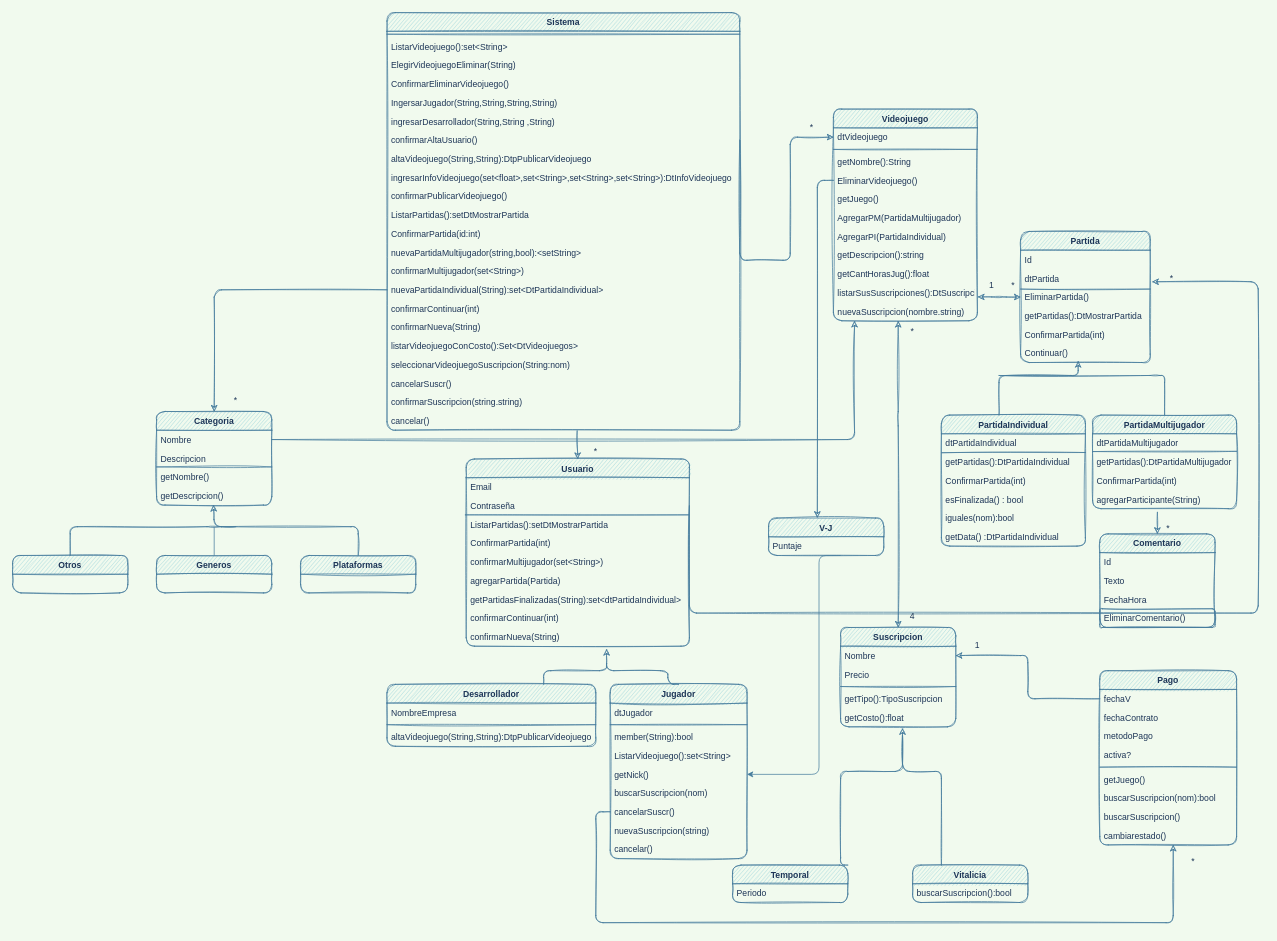
Earlier version of the draw.io diagram UML.drawio (CintiaLeal/Laboratorio_PA). Source tidied: cells renumbered, new cells numbered last; positions are measured from the earlier drawing's top-left corner, leaving out a move shared by most shapes. Both pictures are drawn from the tidied source at 72%, with x=0, y=0 at pixel (12, 12).
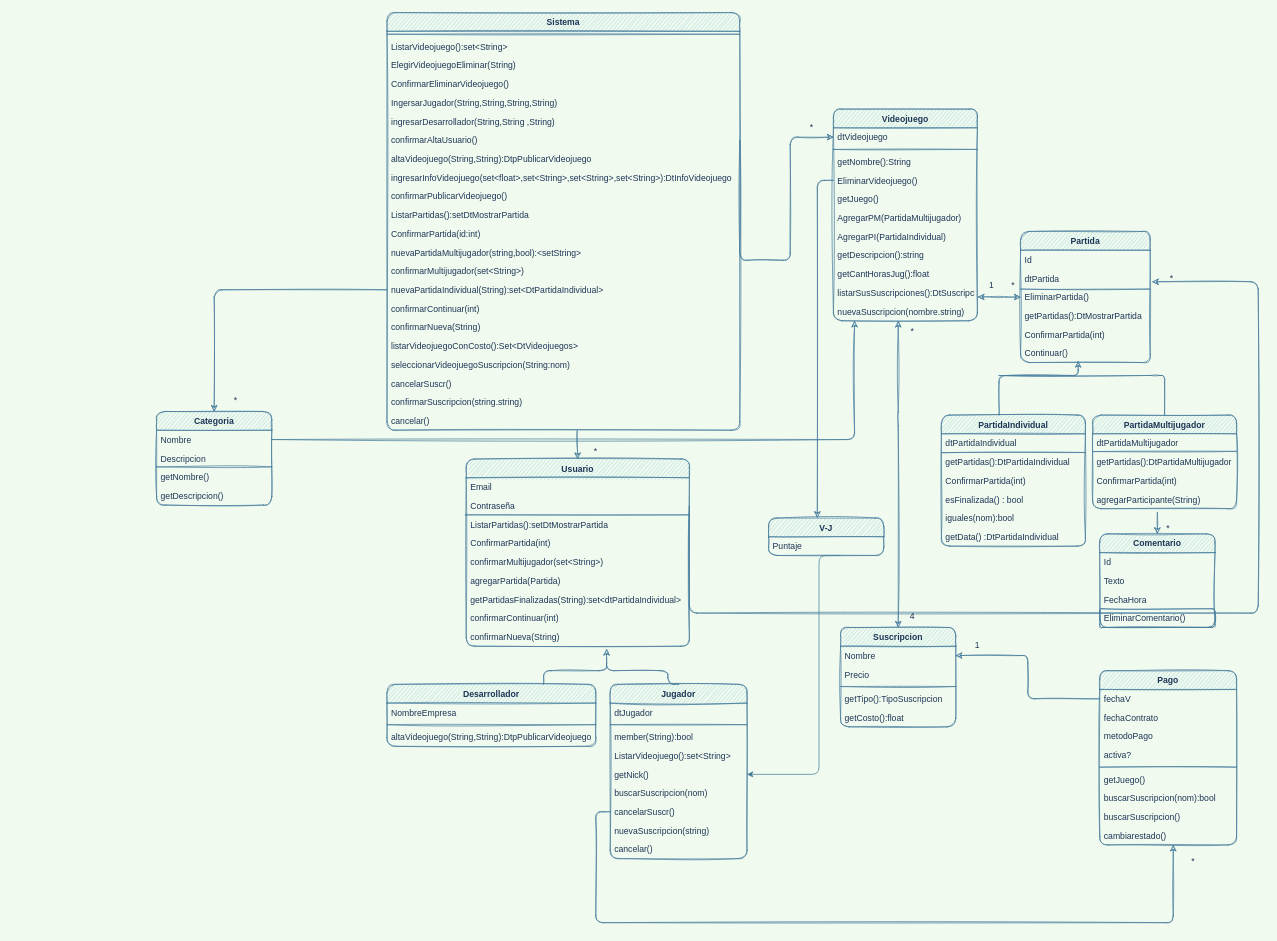
After the change.

Commit message (it also covers changes not shown here):
actualizacion uml

What changed in the source:
```diff
@@
-    <mxCell id="66" style="edgeStyle=orthogonalEdgeStyle;rounded=1;jettySize=auto;html=1;exitX=1;exitY=0;exitDx=0;exitDy=0;startArrow=none;startFill=0;endArrow=classic;endFill=1;labelBackgroundColor=#F1FAEE;strokeColor=#457B9D;fontColor=#1D3557;sketch=1;" parent="1" edge="1" source="67">
-      <mxGeometry relative="1" as="geometry">
-        <mxPoint x="1236" y="994" as="targetPoint" />
-        <Array as="points">
-          <mxPoint x="1150" y="1054" />
-          <mxPoint x="1236" y="1054" />
-        </Array>
-      </mxGeometry>
-    </mxCell>
-    <mxCell id="67" value="Temporal" style="swimlane;fontStyle=1;align=center;verticalAlign=top;horizontal=1;startSize=26;fillColor=#A8DADC;strokeColor=#457B9D;fontColor=#1D3557;sketch=1;rounded=1;" parent="1" vertex="1">
-      <mxGeometry x="1000" y="1184" width="160" height="52" as="geometry" />
-    </mxCell>
-    <mxCell id="68" value="Periodo" style="text;strokeColor=none;fillColor=none;align=left;verticalAlign=top;spacingLeft=4;spacingRight=4;overflow=hidden;fontColor=#1D3557;sketch=1;rounded=1;" parent="67" vertex="1">
-      <mxGeometry y="26" width="160" height="26" as="geometry" />
-    </mxCell>
-    <mxCell id="69" style="edgeStyle=orthogonalEdgeStyle;rounded=1;jettySize=auto;html=1;exitX=0.25;exitY=0;exitDx=0;exitDy=0;startArrow=none;startFill=0;endArrow=none;endFill=0;labelBackgroundColor=#F1FAEE;strokeColor=#457B9D;fontColor=#1D3557;sketch=1;" parent="1" edge="1" source="135">
-      <mxGeometry relative="1" as="geometry">
-        <mxPoint x="1236" y="1004" as="targetPoint" />
-        <Array as="points">
-          <mxPoint x="1290" y="1054" />
-          <mxPoint x="1236" y="1054" />
-        </Array>
-      </mxGeometry>
-    </mxCell>
@@
-    <mxCell id="100" style="edgeStyle=orthogonalEdgeStyle;rounded=1;jettySize=auto;html=1;exitX=0.5;exitY=0;exitDx=0;exitDy=0;startArrow=none;startFill=0;endArrow=none;endFill=0;labelBackgroundColor=#F1FAEE;strokeColor=#457B9D;fontColor=#1D3557;sketch=1;" parent="1" edge="1" source="101">
-      <mxGeometry relative="1" as="geometry">
-        <mxPoint x="310" y="714" as="targetPoint" />
-        <Array as="points">
-          <mxPoint x="80" y="714" />
-          <mxPoint x="280" y="714" />
-        </Array>
-      </mxGeometry>
-    </mxCell>
-    <mxCell id="101" value="Otros" style="swimlane;fontStyle=1;align=center;verticalAlign=top;horizontal=1;startSize=26;fillColor=#A8DADC;strokeColor=#457B9D;fontColor=#1D3557;sketch=1;rounded=1;" parent="1" vertex="1">
-      <mxGeometry y="754" width="160" height="52" as="geometry" />
-    </mxCell>
-    <mxCell id="102" value="Generos" style="swimlane;fontStyle=1;align=center;verticalAlign=top;horizontal=1;startSize=26;fillColor=#A8DADC;strokeColor=#457B9D;fontColor=#1D3557;sketch=1;rounded=1;" parent="1" vertex="1">
-      <mxGeometry x="200" y="754" width="160" height="52" as="geometry" />
-    </mxCell>
-    <mxCell id="103" style="edgeStyle=orthogonalEdgeStyle;rounded=1;jettySize=auto;html=1;exitX=0.5;exitY=0;exitDx=0;exitDy=0;startArrow=none;startFill=0;endArrow=classic;endFill=1;labelBackgroundColor=#F1FAEE;strokeColor=#457B9D;fontColor=#1D3557;sketch=1;" parent="1" edge="1" source="104">
-      <mxGeometry relative="1" as="geometry">
-        <mxPoint x="279" y="684" as="targetPoint" />
-        <Array as="points">
-          <mxPoint x="480" y="714" />
-          <mxPoint x="280" y="714" />
-          <mxPoint x="280" y="684" />
-        </Array>
-      </mxGeometry>
-    </mxCell>
-    <mxCell id="104" value="Plataformas" style="swimlane;fontStyle=1;align=center;verticalAlign=top;horizontal=1;startSize=26;fillColor=#A8DADC;strokeColor=#457B9D;fontColor=#1D3557;sketch=1;rounded=1;" parent="1" vertex="1">
-      <mxGeometry x="400" y="754" width="160" height="52" as="geometry" />
-    </mxCell>
@@
-    <mxCell id="135" value="Vitalicia" style="swimlane;fontStyle=1;align=center;verticalAlign=top;horizontal=1;startSize=26;fillColor=#A8DADC;strokeColor=#457B9D;fontColor=#1D3557;sketch=1;rounded=1;" parent="1" vertex="1">
-      <mxGeometry x="1250" y="1184" width="160" height="52" as="geometry" />
-    </mxCell>
-    <mxCell id="136" value="buscarSuscripcion():bool" style="text;strokeColor=none;fillColor=none;align=left;verticalAlign=top;spacingLeft=4;spacingRight=4;overflow=hidden;fontColor=#1D3557;sketch=1;rounded=1;" parent="135" vertex="1">
-      <mxGeometry y="26" width="160" height="26" as="geometry" />
-    </mxCell>
@@
-    <mxCell id="143" style="endArrow=none;html=1;rounded=1;sketch=0;fontColor=#1D3557;strokeColor=#457B9D;fillColor=#A8DADC;curved=0;exitX=0.5;exitY=0;exitDx=0;exitDy=0;" parent="1" edge="1" source="102">
-      <mxGeometry relative="1" as="geometry">
-        <mxPoint x="280" y="714" as="targetPoint" />
-      </mxGeometry>
-    </mxCell>
```
